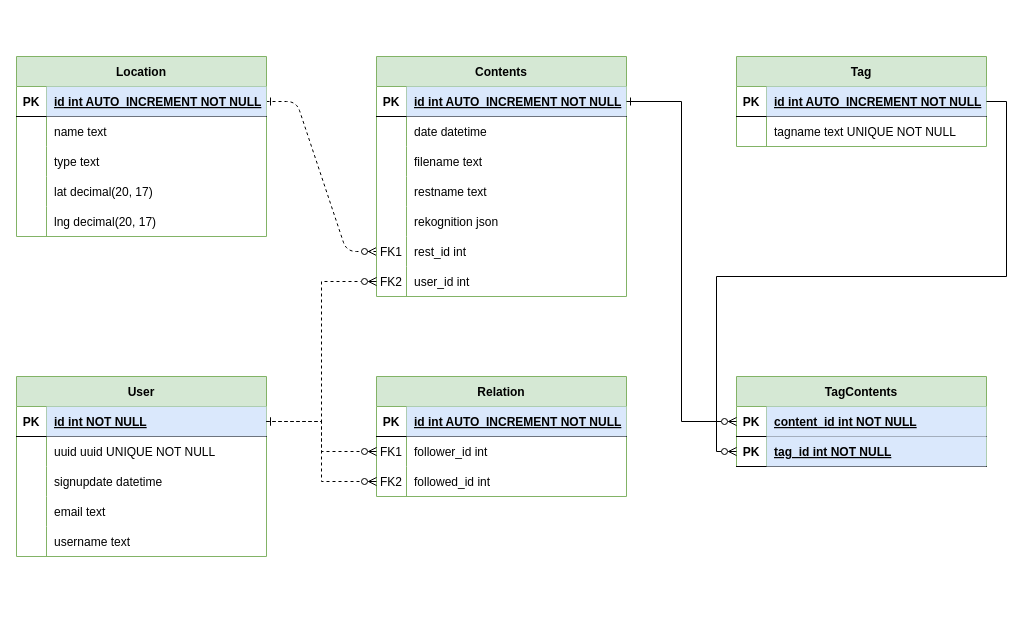
The draw.io diagram Entity Relation Diagram.drawio in flavor-us/backend, before the edit. Source tidied: cells renumbered, new cells numbered last; positions are measured from the earlier drawing's top-left corner, leaving out a move shared by most shapes. Both pictures are drawn from the tidied source at 100%, with x=0, y=0 at pixel (16, 56).
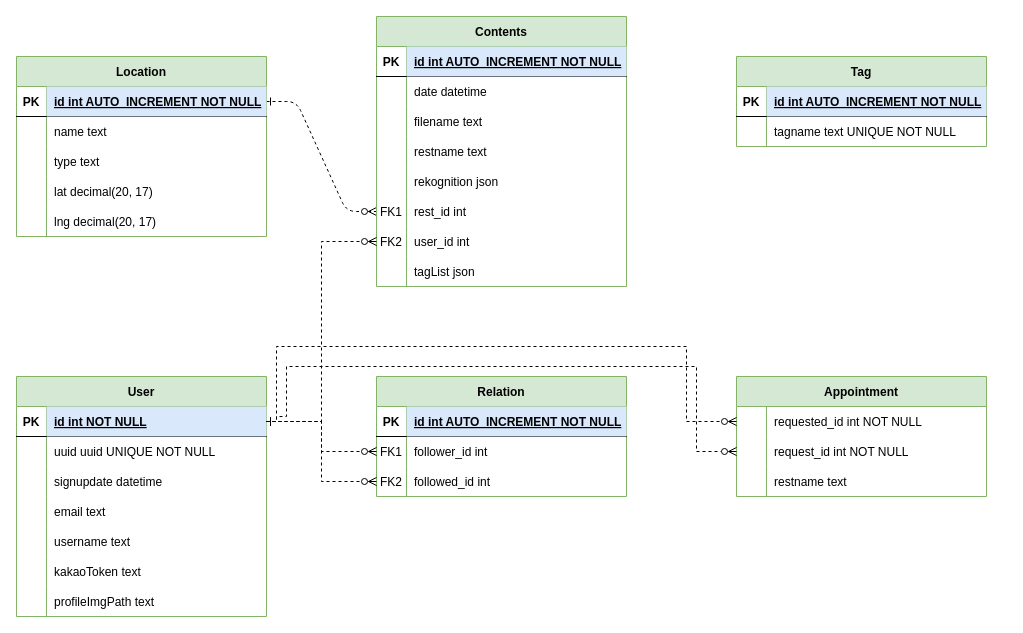
The same page after the edit.

The change refers to these unchanged cells:
```xml
<mxCell id="20" style="shape=partialRectangle;fillColor=none;points=[[0,0.5],[1,0.5]];portConstraint=eastwest;top=0;left=0;right=0;bottom=1;" parent="19" vertex="1">
  <mxGeometry y="30" width="250" height="30" as="geometry" />
</mxCell>
<mxCell id="27" style="shape=partialRectangle;fillColor=none;points=[[0,0.5],[1,0.5]];portConstraint=eastwest;top=0;left=0;right=0;bottom=1;" parent="26" vertex="1">
  <mxGeometry y="30" width="250" height="30" as="geometry" />
</mxCell>
<mxCell id="49" style="shape=partialRectangle;fillColor=none;top=0;left=0;bottom=1;right=0;points=[[0,0.5],[1,0.5]];portConstraint=eastwest;" parent="48" vertex="1">
  <mxGeometry y="30" width="250" height="30" as="geometry" />
</mxCell>
```

Diff of the diagram source:
```diff
@@
     <mxCell id="26" value="Contents" style="shape=table;startSize=30;childLayout=tableLayout;rowLines=0;fontStyle=1;align=center;fillColor=#d5e8d4;strokeColor=#82b366;" parent="1" vertex="1">
-      <mxGeometry x="360" width="250" height="240" as="geometry" />
+      <mxGeometry x="360" y="-40" width="250" height="270" as="geometry" />
     </mxCell>
@@
+    <mxCell id="86" style="shape=partialRectangle;fillColor=none;top=0;left=0;right=0;bottom=0;" parent="26" vertex="1">
+      <mxGeometry y="240" width="250" height="30" as="geometry" />
+    </mxCell>
+    <mxCell id="87" style="shape=partialRectangle;overflow=hidden;fillColor=none;top=0;left=0;bottom=0;right=0;" parent="86" vertex="1">
+      <mxGeometry width="30" height="30" as="geometry" />
+    </mxCell>
+    <mxCell id="88" value="tagList json" style="shape=partialRectangle;overflow=hidden;fillColor=none;top=0;left=0;bottom=0;right=0;align=left;spacingLeft=6;" parent="86" vertex="1">
+      <mxGeometry x="30" width="220" height="30" as="geometry" />
+    </mxCell>
     <mxCell id="48" value="User" style="shape=table;startSize=30;childLayout=tableLayout;rowLines=0;fontStyle=1;align=center;fillColor=#d5e8d4;strokeColor=#82b366;" parent="1" vertex="1">
-      <mxGeometry y="320" width="250" height="180" as="geometry" />
+      <mxGeometry y="320" width="250" height="240" as="geometry" />
     </mxCell>
@@
-    <mxCell id="64" value="TagContents" style="shape=table;startSize=30;childLayout=tableLayout;rowLines=0;fontStyle=1;align=center;fillColor=#d5e8d4;strokeColor=#82b366;" parent="1" vertex="1">
-      <mxGeometry x="720" y="320" width="250" height="90" as="geometry" />
-    </mxCell>
-    <mxCell id="65" style="shape=partialRectangle;fillColor=none;top=0;left=0;bottom=1;right=0;points=[[0,0.5],[1,0.5]];portConstraint=eastwest;" parent="64" vertex="1">
-      <mxGeometry y="30" width="250" height="30" as="geometry" />
-    </mxCell>
-    <mxCell id="66" value="PK" style="shape=partialRectangle;fillColor=none;top=0;left=0;bottom=0;right=0;fontStyle=1;overflow=hidden;" parent="65" vertex="1">
-      <mxGeometry width="30" height="30" as="geometry" />
-    </mxCell>
-    <mxCell id="67" value="content_id int NOT NULL" style="shape=partialRectangle;fillColor=#dae8fc;top=0;left=0;bottom=0;right=0;align=left;spacingLeft=6;fontStyle=5;overflow=hidden;strokeColor=#6c8ebf;" parent="65" vertex="1">
-      <mxGeometry x="30" width="220" height="30" as="geometry" />
-    </mxCell>
-    <mxCell id="68" style="shape=partialRectangle;fillColor=none;top=0;left=0;bottom=1;right=0;points=[[0,0.5],[1,0.5]];portConstraint=eastwest;" parent="64" vertex="1">
-      <mxGeometry y="60" width="250" height="30" as="geometry" />
-    </mxCell>
-    <mxCell id="69" value="PK" style="shape=partialRectangle;fillColor=none;top=0;left=0;bottom=0;right=0;fontStyle=1;overflow=hidden;" parent="68" vertex="1">
-      <mxGeometry width="30" height="30" as="geometry" />
-    </mxCell>
-    <mxCell id="70" value="tag_id int NOT NULL" style="shape=partialRectangle;fillColor=#dae8fc;top=0;left=0;bottom=0;right=0;align=left;spacingLeft=6;fontStyle=5;overflow=hidden;strokeColor=#6c8ebf;" parent="68" vertex="1">
-      <mxGeometry x="30" width="220" height="30" as="geometry" />
-    </mxCell>
+    <mxCell id="89" style="shape=partialRectangle;fillColor=none;top=0;left=0;bottom=0;right=0;" parent="48" vertex="1">
+      <mxGeometry y="180" width="250" height="30" as="geometry" />
+    </mxCell>
+    <mxCell id="90" style="shape=partialRectangle;fillColor=none;top=0;left=0;bottom=0;right=0;overflow=hidden;" parent="89" vertex="1">
+      <mxGeometry width="30" height="30" as="geometry" />
+    </mxCell>
+    <mxCell id="91" value="kakaoToken text" style="shape=partialRectangle;fillColor=none;top=0;left=0;bottom=0;right=0;align=left;spacingLeft=6;overflow=hidden;" parent="89" vertex="1">
+      <mxGeometry x="30" width="220" height="30" as="geometry" />
+    </mxCell>
+    <mxCell id="92" style="shape=partialRectangle;fillColor=none;top=0;left=0;bottom=0;right=0;" parent="48" vertex="1">
+      <mxGeometry y="210" width="250" height="30" as="geometry" />
+    </mxCell>
+    <mxCell id="93" style="shape=partialRectangle;fillColor=none;top=0;left=0;bottom=0;right=0;overflow=hidden;" parent="92" vertex="1">
+      <mxGeometry width="30" height="30" as="geometry" />
+    </mxCell>
+    <mxCell id="94" value="profileImgPath text" style="shape=partialRectangle;fillColor=none;top=0;left=0;bottom=0;right=0;align=left;spacingLeft=6;overflow=hidden;" parent="92" vertex="1">
+      <mxGeometry x="30" width="220" height="30" as="geometry" />
+    </mxCell>
@@
-    <mxCell id="83" style="edgeStyle=orthogonalEdgeStyle;rounded=0;jettySize=auto;html=1;exitX=1;exitY=0.5;exitDx=0;exitDy=0;entryX=0;entryY=0.5;entryDx=0;entryDy=0;endArrow=ERzeroToMany;endFill=0;" parent="1" edge="1" source="20" target="68">
-      <mxGeometry relative="1" as="geometry" />
-    </mxCell>
-    <mxCell id="84" style="edgeStyle=orthogonalEdgeStyle;rounded=0;jettySize=auto;html=1;exitX=1;exitY=0.5;exitDx=0;exitDy=0;entryX=0;entryY=0.5;entryDx=0;entryDy=0;startArrow=ERone;startFill=0;endArrow=ERzeroToMany;endFill=0;" parent="1" edge="1" source="27" target="65">
-      <mxGeometry relative="1" as="geometry" />
-    </mxCell>
@@
+    <mxCell id="95" value="Appointment" style="shape=table;startSize=30;childLayout=tableLayout;rowLines=0;fontStyle=1;align=center;fillColor=#d5e8d4;strokeColor=#82b366;" parent="1" vertex="1">
+      <mxGeometry x="720" y="320" width="250" height="120" as="geometry" />
+    </mxCell>
+    <mxCell id="96" style="shape=partialRectangle;fillColor=none;top=0;left=0;bottom=0;right=0;points=[[0,0.5],[1,0.5]];portConstraint=eastwest;" parent="95" vertex="1">
+      <mxGeometry y="30" width="250" height="30" as="geometry" />
+    </mxCell>
+    <mxCell id="97" style="shape=partialRectangle;fillColor=none;top=0;left=0;bottom=0;right=0;overflow=hidden;" parent="96" vertex="1">
+      <mxGeometry width="30" height="30" as="geometry" />
+    </mxCell>
+    <mxCell id="98" value="requested_id int NOT NULL" style="shape=partialRectangle;fillColor=none;top=0;left=0;bottom=0;right=0;align=left;spacingLeft=6;overflow=hidden;" parent="96" vertex="1">
+      <mxGeometry x="30" width="220" height="30" as="geometry" />
+    </mxCell>
+    <mxCell id="99" style="shape=partialRectangle;fillColor=none;top=0;left=0;bottom=0;right=0;points=[[0,0.5],[1,0.5]];portConstraint=eastwest;" parent="95" vertex="1">
+      <mxGeometry y="60" width="250" height="30" as="geometry" />
+    </mxCell>
+    <mxCell id="100" style="shape=partialRectangle;fillColor=none;top=0;left=0;bottom=0;right=0;overflow=hidden;" parent="99" vertex="1">
+      <mxGeometry width="30" height="30" as="geometry" />
+    </mxCell>
+    <mxCell id="101" value="request_id int NOT NULL" style="shape=partialRectangle;fillColor=none;top=0;left=0;bottom=0;right=0;align=left;spacingLeft=6;overflow=hidden;" parent="99" vertex="1">
+      <mxGeometry x="30" width="220" height="30" as="geometry" />
+    </mxCell>
+    <mxCell id="102" style="shape=partialRectangle;fillColor=none;top=0;left=0;bottom=0;right=0;" parent="95" vertex="1">
+      <mxGeometry y="90" width="250" height="30" as="geometry" />
+    </mxCell>
+    <mxCell id="103" style="shape=partialRectangle;fillColor=none;top=0;left=0;bottom=0;right=0;overflow=hidden;" parent="102" vertex="1">
+      <mxGeometry width="30" height="30" as="geometry" />
+    </mxCell>
+    <mxCell id="104" value="restname text" style="shape=partialRectangle;fillColor=none;top=0;left=0;bottom=0;right=0;align=left;spacingLeft=6;overflow=hidden;" parent="102" vertex="1">
+      <mxGeometry x="30" width="220" height="30" as="geometry" />
+    </mxCell>
+    <mxCell id="105" style="edgeStyle=orthogonalEdgeStyle;rounded=0;jettySize=auto;html=1;exitX=1;exitY=0.5;exitDx=0;exitDy=0;entryX=0;entryY=0.5;entryDx=0;entryDy=0;endArrow=ERzeroToMany;endFill=0;startArrow=ERone;startFill=0;dashed=1;" parent="1" edge="1" source="49" target="96">
+      <mxGeometry relative="1" as="geometry">
+        <Array as="points">
+          <mxPoint x="260" y="365" />
+          <mxPoint x="260" y="290" />
+          <mxPoint x="670" y="290" />
+          <mxPoint x="670" y="365" />
+        </Array>
+      </mxGeometry>
+    </mxCell>
+    <mxCell id="106" style="edgeStyle=orthogonalEdgeStyle;rounded=0;jettySize=auto;html=1;exitX=1;exitY=0.5;exitDx=0;exitDy=0;entryX=0;entryY=0.5;entryDx=0;entryDy=0;endArrow=ERzeroToMany;endFill=0;startArrow=ERone;startFill=0;dashed=1;" parent="1" edge="1" source="49" target="99">
+      <mxGeometry relative="1" as="geometry">
+        <Array as="points">
+          <mxPoint x="260" y="365" />
+          <mxPoint x="260" y="360" />
+          <mxPoint x="270" y="360" />
+          <mxPoint x="270" y="310" />
+          <mxPoint x="680" y="310" />
+          <mxPoint x="680" y="395" />
+        </Array>
+      </mxGeometry>
+    </mxCell>
```
